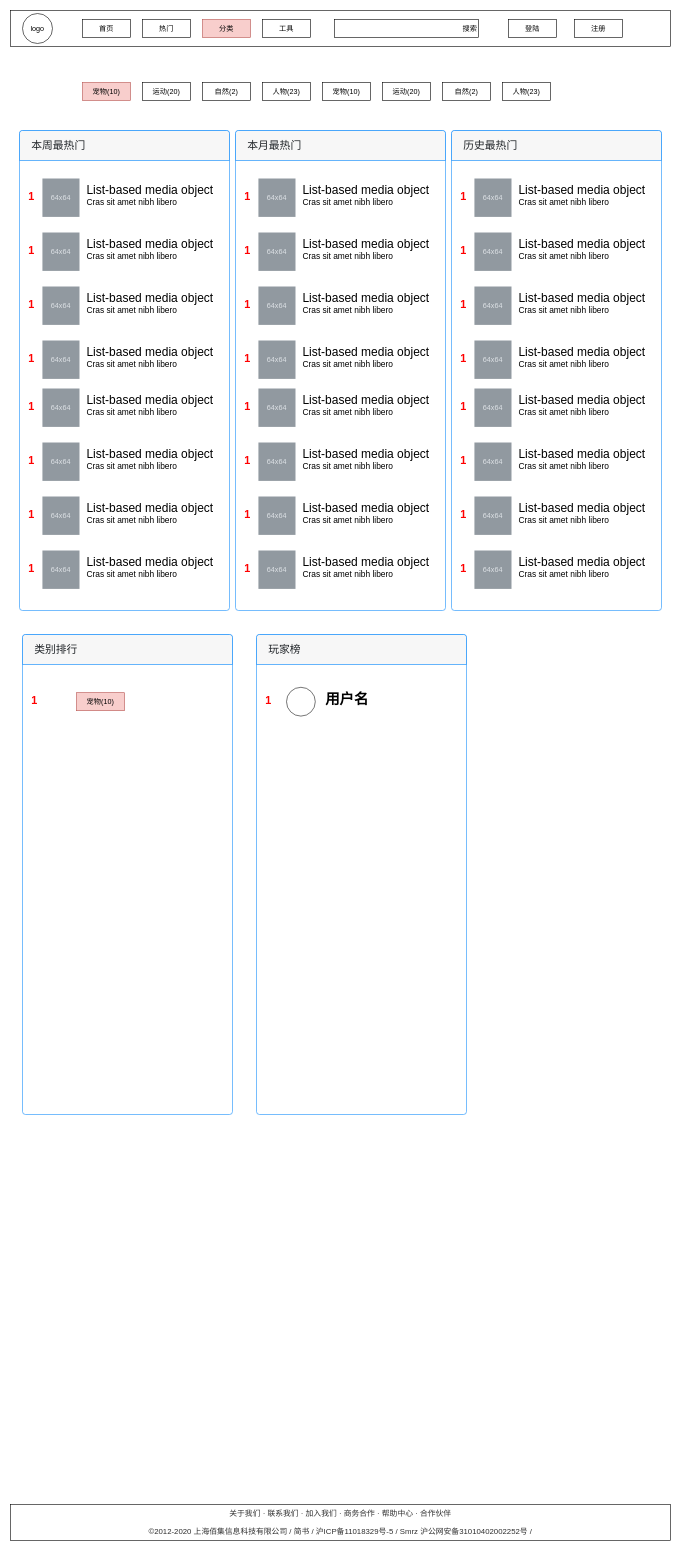
Above: page "Hot" (13 of 19) of gif.drawio in goldmine/base (draw.io), before the change. Source tidied: cells renumbered, new cells numbered last; positions are measured from the earlier drawing's top-left corner, leaving out a move shared by most shapes. Both pictures are drawn from the tidied source at 60%, with x=0, y=0 at pixel (10, 10).
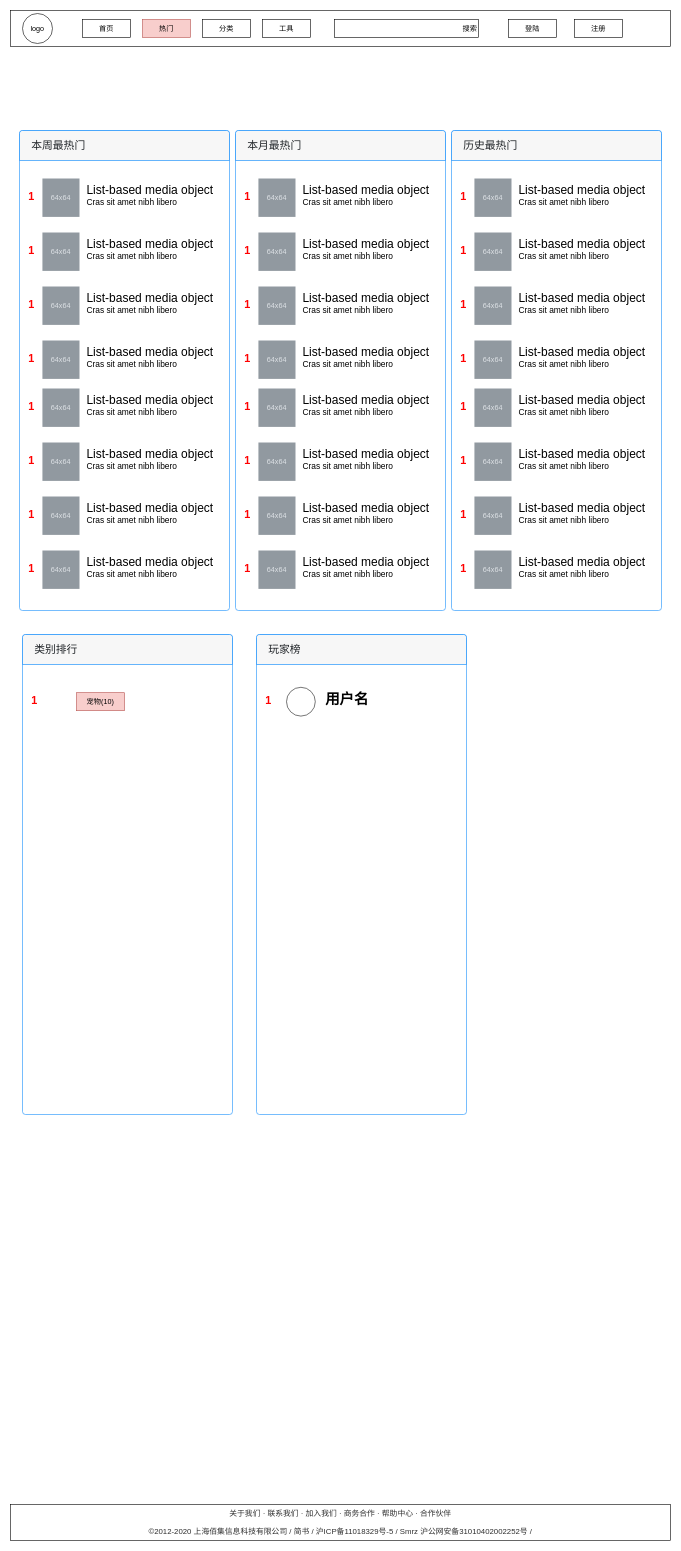
The same page after the edit.

The change refers to these unchanged cells:
```xml
<mxCell id="4" style="group;" parent="1" vertex="1">
  <mxGeometry x="120" y="15" width="900" height="30" as="geometry" />
</mxCell>
```

What changed in the source:
```diff
@@
-    <mxCell id="8" value="热门" style="rounded=0;whiteSpace=wrap;html=1;" parent="4" vertex="1">
+    <mxCell id="8" value="热门" style="rounded=0;whiteSpace=wrap;html=1;fillColor=#f8cecc;strokeColor=#b85450;" parent="4" vertex="1">
       <mxGeometry x="100" width="80" height="30" as="geometry" />
     </mxCell>
-    <mxCell id="9" value="分类" style="rounded=0;whiteSpace=wrap;html=1;fillColor=#f8cecc;strokeColor=#b85450;" parent="4" vertex="1">
+    <mxCell id="9" value="分类" style="rounded=0;whiteSpace=wrap;html=1;" parent="4" vertex="1">
       <mxGeometry x="200" width="80" height="30" as="geometry" />
     </mxCell>
@@
-    <mxCell id="13" value="宠物(10)" style="rounded=0;whiteSpace=wrap;html=1;" parent="1" vertex="1">
-      <mxGeometry x="520" y="120" width="80" height="30" as="geometry" />
-    </mxCell>
-    <mxCell id="14" value="运动(20)" style="rounded=0;whiteSpace=wrap;html=1;" parent="1" vertex="1">
-      <mxGeometry x="620" y="120" width="80" height="30" as="geometry" />
-    </mxCell>
-    <mxCell id="15" value="自然(2)" style="rounded=0;whiteSpace=wrap;html=1;" parent="1" vertex="1">
-      <mxGeometry x="720" y="120" width="80" height="30" as="geometry" />
-    </mxCell>
-    <mxCell id="16" value="人物(23)" style="rounded=0;whiteSpace=wrap;html=1;" parent="1" vertex="1">
-      <mxGeometry x="820" y="120" width="80" height="30" as="geometry" />
-    </mxCell>
-    <mxCell id="17" value="宠物(10)" style="rounded=0;whiteSpace=wrap;html=1;fillColor=#f8cecc;strokeColor=#b85450;" parent="1" vertex="1">
-      <mxGeometry x="120" y="120" width="80" height="30" as="geometry" />
-    </mxCell>
-    <mxCell id="18" value="运动(20)" style="rounded=0;whiteSpace=wrap;html=1;" parent="1" vertex="1">
-      <mxGeometry x="220" y="120" width="80" height="30" as="geometry" />
-    </mxCell>
-    <mxCell id="19" value="自然(2)" style="rounded=0;whiteSpace=wrap;html=1;" parent="1" vertex="1">
-      <mxGeometry x="320" y="120" width="80" height="30" as="geometry" />
-    </mxCell>
-    <mxCell id="20" value="人物(23)" style="rounded=0;whiteSpace=wrap;html=1;" parent="1" vertex="1">
-      <mxGeometry x="420" y="120" width="80" height="30" as="geometry" />
-    </mxCell>
```
